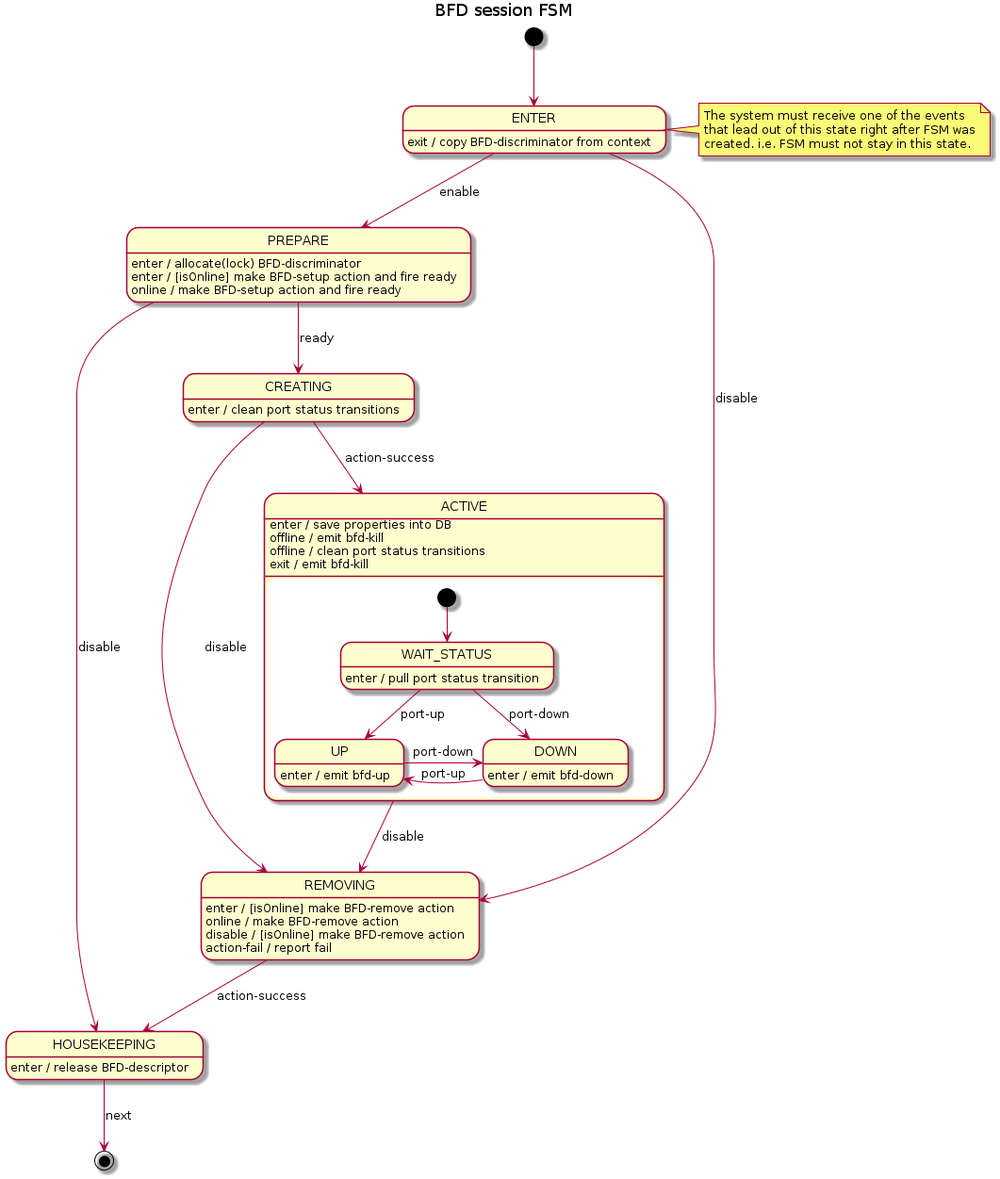
This is docs/design/network-discovery/bfd-session-FSM.png from surabujin/open-kilda, a PlantUML export, as it was before one commit. Source of this version:
```plantuml
@startuml bfd-port-FSM
title BFD session FSM

[*] --> ENTER
note right of ENTER
    The system must receive one of the events
    that lead out of this state right after FSM was
    created. i.e. FSM must not stay in this state.
end note

ENTER --> PREPARE : enable
ENTER --> REMOVING : disable
ENTER : exit / copy BFD-discriminator from context

PREPARE : enter / allocate(lock) BFD-discriminator
PREPARE : enter / [isOnline] make BFD-setup action and fire ready
PREPARE --> CREATING : ready
PREPARE --> HOUSEKEEPING : disable
PREPARE : online / make BFD-setup action and fire ready

CREATING : enter / clean port status transitions
CREATING --> ACTIVE : action-success
CREATING --> REMOVING : disable

state ACTIVE {
    [*] --> WAIT_STATUS

    WAIT_STATUS --> UP : port-up
    WAIT_STATUS --> DOWN : port-down
    WAIT_STATUS : enter / pull port status transition

    UP -r-> DOWN : port-down
    UP : enter / emit bfd-up

    DOWN -l-> UP : port-up
    DOWN : enter / emit bfd-down
}
ACTIVE : enter / save properties into DB
ACTIVE --> REMOVING : disable
ACTIVE : offline / emit bfd-kill
ACTIVE : offline / clean port status transitions
ACTIVE : exit / emit bfd-kill

REMOVING : enter / [isOnline] make BFD-remove action
REMOVING --> HOUSEKEEPING : action-success
REMOVING : online / make BFD-remove action
REMOVING : disable / [isOnline] make BFD-remove action
REMOVING : action-fail / report fail

HOUSEKEEPING : enter / release BFD-descriptor
HOUSEKEEPING --> [*] : next

@enduml
```
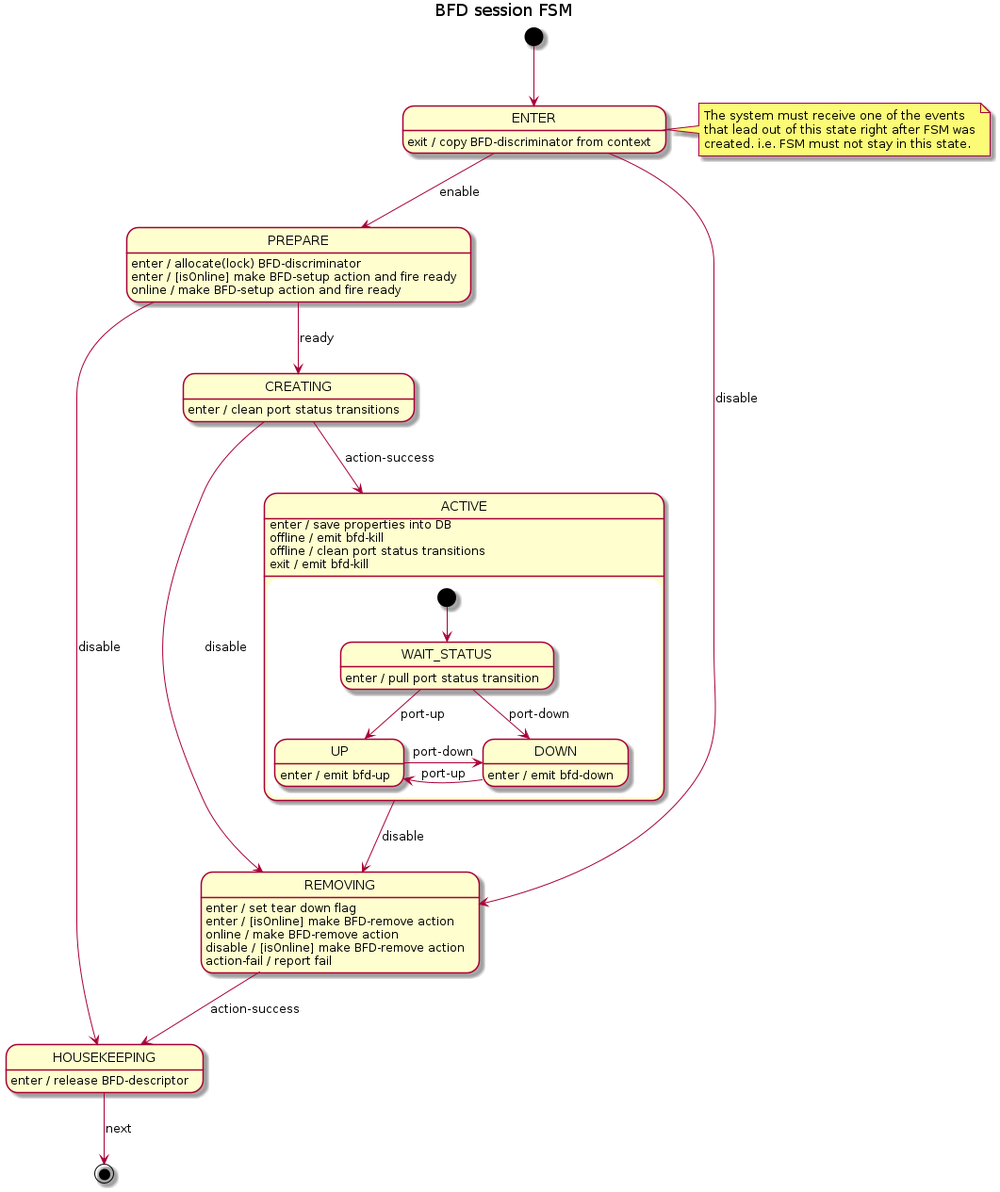
After the change.

What changed in the source:
```diff
@@ -41,6 +41,7 @@
 ACTIVE : offline / clean port status transitions
 ACTIVE : exit / emit bfd-kill
 
+REMOVING : enter / set tear down flag
 REMOVING : enter / [isOnline] make BFD-remove action
 REMOVING --> HOUSEKEEPING : action-success
 REMOVING : online / make BFD-remove action
```
